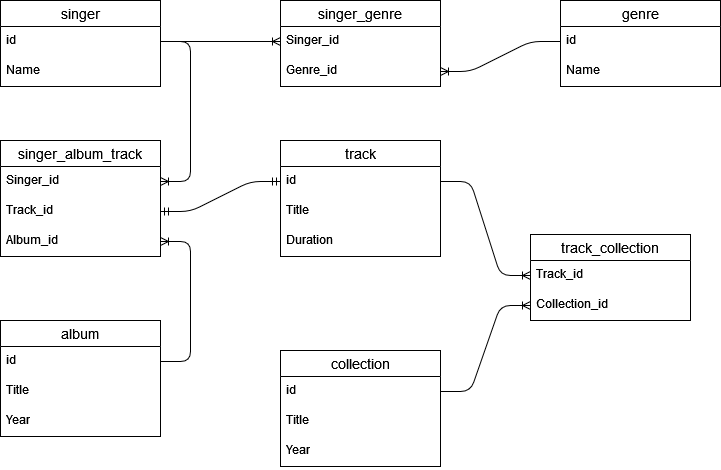
Earlier version of the draw.io export HW3.drawio.png (arhandreu/Postgre). Source tidied: cells renumbered, new cells last; positions are measured from the earlier drawing's top-left corner, leaving out a move shared by most shapes.
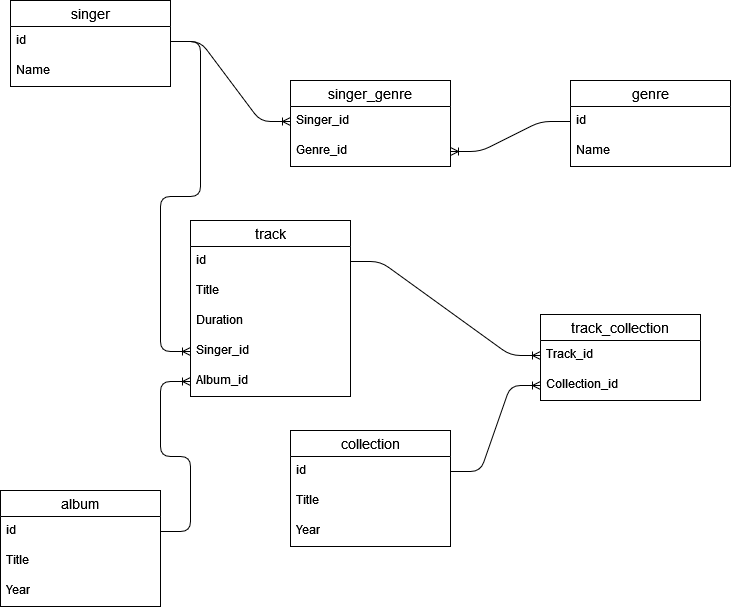
The same diagram one commit later.

Diff of the diagram source:
```diff
@@ -3,7 +3,7 @@
     <mxCell id="0" />
     <mxCell id="1" parent="0" />
     <mxCell id="2" value="singer" style="swimlane;fontStyle=0;horizontal=1;startSize=26;align=center;fontSize=14;" parent="1" vertex="1">
-      <mxGeometry width="160" height="86" as="geometry" />
+      <mxGeometry y="-80" width="160" height="86" as="geometry" />
     </mxCell>
     <mxCell id="3" value="id" style="text;strokeColor=none;fillColor=none;spacingLeft=4;spacingRight=4;overflow=hidden;points=[[0,0.5],[1,0.5]];portConstraint=eastwest;fontSize=12;" parent="2" vertex="1">
       <mxGeometry y="26" width="160" height="30" as="geometry" />
@@ -21,7 +21,7 @@
       <mxGeometry y="56" width="160" height="30" as="geometry" />
     </mxCell>
     <mxCell id="8" value="album" style="swimlane;fontStyle=0;horizontal=1;startSize=26;align=center;fontSize=14;" parent="1" vertex="1">
-      <mxGeometry y="320" width="160" height="116" as="geometry" />
+      <mxGeometry x="-10" y="410" width="160" height="116" as="geometry" />
     </mxCell>
     <mxCell id="9" value="id" style="text;strokeColor=none;fillColor=none;spacingLeft=4;spacingRight=4;overflow=hidden;points=[[0,0.5],[1,0.5]];portConstraint=eastwest;fontSize=12;" parent="8" vertex="1">
       <mxGeometry y="26" width="160" height="30" as="geometry" />
@@ -33,7 +33,7 @@
       <mxGeometry y="86" width="160" height="30" as="geometry" />
     </mxCell>
     <mxCell id="12" value="track" style="swimlane;fontStyle=0;horizontal=1;startSize=26;align=center;fontSize=14;" parent="1" vertex="1">
-      <mxGeometry x="280" y="140" width="160" height="116" as="geometry" />
+      <mxGeometry x="180" y="140" width="160" height="176" as="geometry" />
     </mxCell>
     <mxCell id="13" value="id    " style="text;strokeColor=none;fillColor=none;spacingLeft=4;spacingRight=4;overflow=hidden;points=[[0,0.5],[1,0.5]];portConstraint=eastwest;fontSize=12;" parent="12" vertex="1">
       <mxGeometry y="26" width="160" height="30" as="geometry" />
@@ -44,6 +44,12 @@
     <mxCell id="15" value="Duration" style="text;strokeColor=none;fillColor=none;spacingLeft=4;spacingRight=4;overflow=hidden;fontSize=12;" parent="12" vertex="1">
       <mxGeometry y="86" width="160" height="30" as="geometry" />
     </mxCell>
+    <mxCell id="24" value="Singer_id" style="text;strokeColor=none;fillColor=none;spacingLeft=4;spacingRight=4;overflow=hidden;points=[[0,0.5],[1,0.5]];portConstraint=eastwest;fontSize=12;" parent="12" vertex="1">
+      <mxGeometry y="116" width="160" height="30" as="geometry" />
+    </mxCell>
+    <mxCell id="26" value="Album_id" style="text;strokeColor=none;fillColor=none;spacingLeft=4;spacingRight=4;overflow=hidden;points=[[0,0.5],[1,0.5]];portConstraint=eastwest;fontSize=12;" parent="12" vertex="1">
+      <mxGeometry y="146" width="160" height="30" as="geometry" />
+    </mxCell>
     <mxCell id="16" value="collection" style="swimlane;fontStyle=0;horizontal=1;startSize=26;align=center;fontSize=14;" parent="1" vertex="1">
       <mxGeometry x="280" y="350" width="160" height="116" as="geometry" />
     </mxCell>
@@ -65,33 +71,18 @@
     <mxCell id="22" value="Genre_id" style="text;strokeColor=none;fillColor=none;spacingLeft=4;spacingRight=4;overflow=hidden;points=[[0,0.5],[1,0.5]];portConstraint=eastwest;fontSize=12;" parent="20" vertex="1">
       <mxGeometry y="56" width="160" height="30" as="geometry" />
     </mxCell>
-    <mxCell id="23" value="singer_album_track" style="swimlane;fontStyle=0;horizontal=1;startSize=26;align=center;fontSize=14;" parent="1" vertex="1">
-      <mxGeometry y="140" width="160" height="116" as="geometry" />
-    </mxCell>
-    <mxCell id="24" value="Singer_id" style="text;strokeColor=none;fillColor=none;spacingLeft=4;spacingRight=4;overflow=hidden;points=[[0,0.5],[1,0.5]];portConstraint=eastwest;fontSize=12;" parent="23" vertex="1">
-      <mxGeometry y="26" width="160" height="30" as="geometry" />
-    </mxCell>
-    <mxCell id="25" value="Track_id" style="text;strokeColor=none;fillColor=none;spacingLeft=4;spacingRight=4;overflow=hidden;points=[[0,0.5],[1,0.5]];portConstraint=eastwest;fontSize=12;" parent="23" vertex="1">
-      <mxGeometry y="56" width="160" height="30" as="geometry" />
-    </mxCell>
-    <mxCell id="26" value="Album_id" style="text;strokeColor=none;fillColor=none;spacingLeft=4;spacingRight=4;overflow=hidden;points=[[0,0.5],[1,0.5]];portConstraint=eastwest;fontSize=12;" parent="23" vertex="1">
-      <mxGeometry y="86" width="160" height="30" as="geometry" />
-    </mxCell>
     <mxCell id="27" style="edgeStyle=entityRelationEdgeStyle;jettySize=auto;html=1;fontSize=12;endArrow=ERoneToMany;" parent="1" edge="1" source="3" target="21">
       <mxGeometry relative="1" as="geometry" />
     </mxCell>
     <mxCell id="28" style="edgeStyle=entityRelationEdgeStyle;jettySize=auto;html=1;entryX=1;entryY=0.5;entryDx=0;entryDy=0;fontSize=12;endArrow=ERoneToMany;" parent="1" edge="1" source="6" target="22">
       <mxGeometry relative="1" as="geometry" />
     </mxCell>
-    <mxCell id="29" style="edgeStyle=entityRelationEdgeStyle;jettySize=auto;html=1;entryX=1;entryY=0.5;entryDx=0;entryDy=0;fontSize=12;endArrow=ERoneToMany;" parent="1" edge="1" source="3" target="24">
+    <mxCell id="29" style="edgeStyle=entityRelationEdgeStyle;jettySize=auto;html=1;fontSize=12;endArrow=ERoneToMany;" parent="1" edge="1" source="3" target="24">
       <mxGeometry relative="1" as="geometry" />
     </mxCell>
-    <mxCell id="30" style="edgeStyle=entityRelationEdgeStyle;jettySize=auto;html=1;entryX=1;entryY=0.5;entryDx=0;entryDy=0;fontSize=12;endArrow=ERoneToMany;" parent="1" edge="1" source="9" target="26">
+    <mxCell id="30" style="edgeStyle=entityRelationEdgeStyle;jettySize=auto;html=1;fontSize=12;endArrow=ERoneToMany;" parent="1" edge="1" source="9" target="26">
       <mxGeometry relative="1" as="geometry" />
     </mxCell>
-    <mxCell id="31" style="edgeStyle=entityRelationEdgeStyle;fontSize=12;html=1;endArrow=ERmandOne;startArrow=ERmandOne;" parent="1" edge="1" source="25" target="13">
-      <mxGeometry relative="1" as="geometry" />
-    </mxCell>
     <mxCell id="32" value="track_collection" style="swimlane;fontStyle=0;horizontal=1;startSize=26;align=center;fontSize=14;" parent="1" vertex="1">
       <mxGeometry x="530" y="234" width="160" height="86" as="geometry" />
     </mxCell>
```
